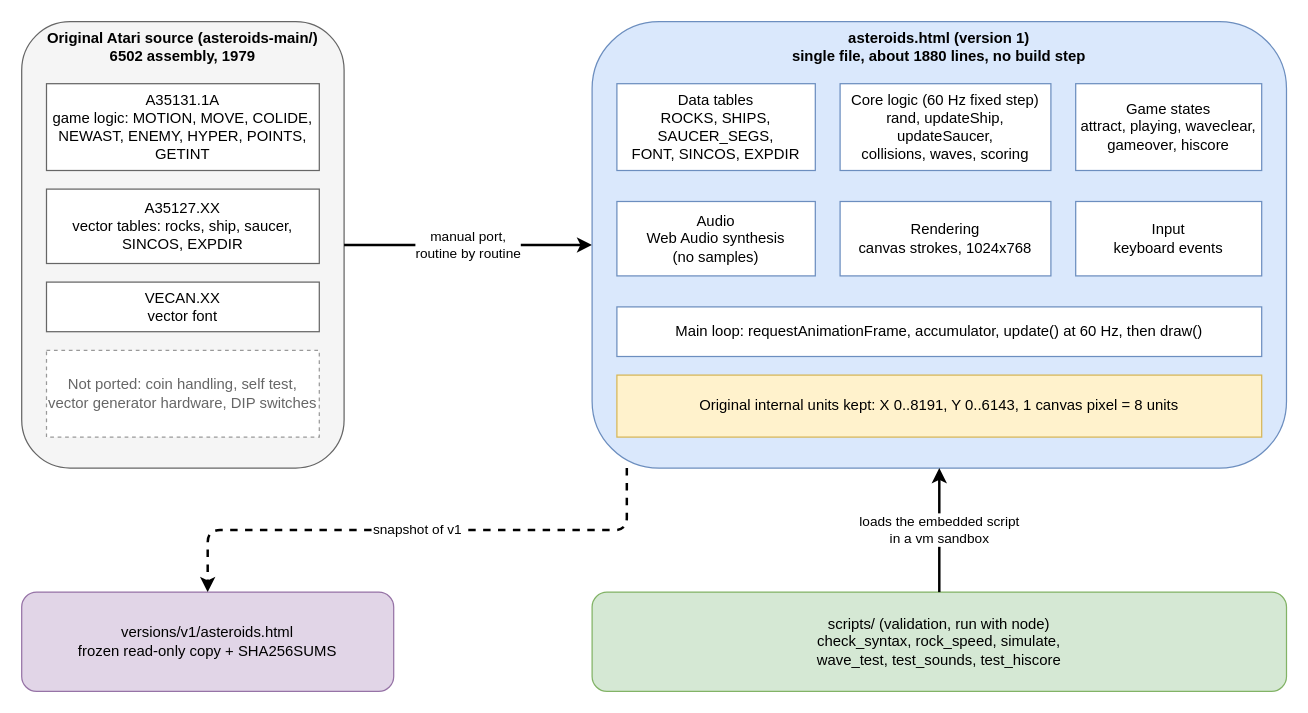
Before: docs/diagrams/v1-architecture.drawio in paolob67/Asteroids, a draw.io diagram. Source tidied: cells renumbered, new cells numbered last; positions are measured from the earlier drawing's top-left corner, leaving out a move shared by most shapes. Both pictures are drawn from the tidied source at 124%, with x=0, y=0 at pixel (21, 21).
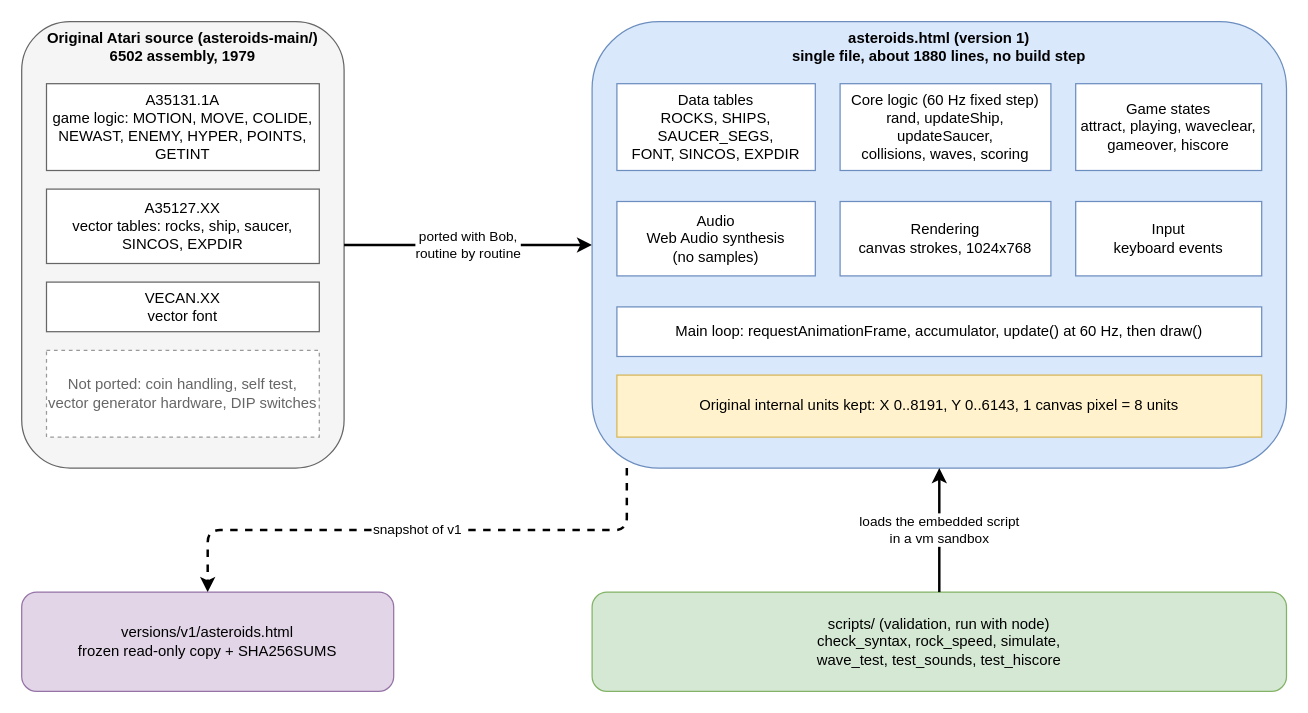
The same page after the edit.

The change refers to these unchanged cells:
```xml
<mxCell id="2" value="Original Atari source (asteroids-main/)&#10;6502 assembly, 1979" style="rounded=1;whiteSpace=wrap;html=1;fillColor=#f5f5f5;strokeColor=#666666;fontStyle=1;verticalAlign=top;" parent="1" vertex="1">
  <mxGeometry width="260" height="360" as="geometry" />
</mxCell>
<mxCell id="8" value="asteroids.html (version 1)&#10;single file, about 1880 lines, no build step" style="rounded=1;whiteSpace=wrap;html=1;fillColor=#dae8fc;strokeColor=#6c8ebf;fontStyle=1;verticalAlign=top;" parent="1" vertex="1">
  <mxGeometry x="460" width="560" height="360" as="geometry" />
</mxCell>
```

What changed in the source:
```diff
@@
-    <mxCell id="7" value="manual port,&#10;routine by routine" style="endArrow=classic;html=1;strokeWidth=2;exitX=1;exitY=0.5;entryX=0;entryY=0.5;" parent="1" edge="1" source="2" target="8">
+    <mxCell id="7" value="ported with Bob,&#10;routine by routine" style="endArrow=classic;html=1;strokeWidth=2;exitX=1;exitY=0.5;entryX=0;entryY=0.5;" parent="1" edge="1" source="2" target="8">
       <mxGeometry relative="1" as="geometry" />
     </mxCell>
```
